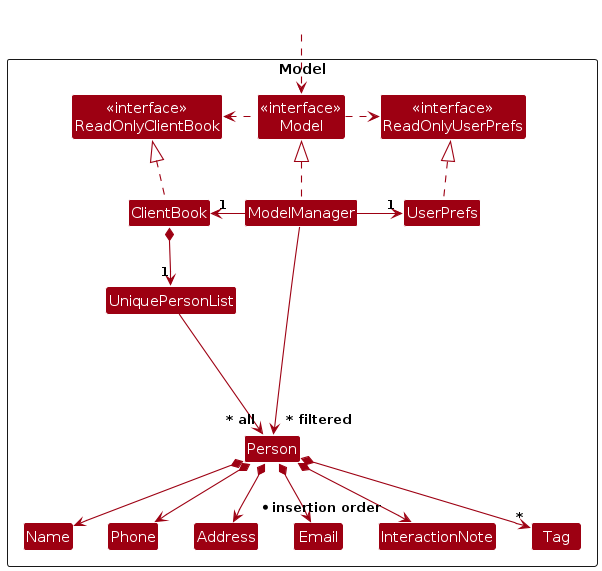
The PlantUML diagram diagrams/ModelClassDiagram.png in AY2627S1-CS2103T-F14a-4/tp, before a commit. Its source is kept beside it as diagrams/ModelClassDiagram.puml.
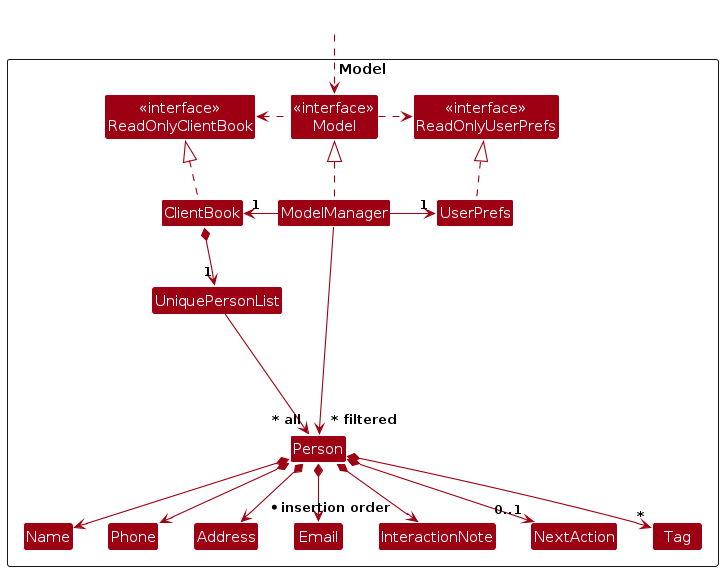
The same diagram one commit later.

What changed in the source:
```diff
@@ -15,6 +15,7 @@
 Class UniquePersonList
 Class Person
 Class InteractionNote
+Class NextAction
 Class Address
 Class Email
 Class Name
@@ -44,6 +45,7 @@
 Person *--> Address
 Person *--> "*" Tag
 Person *--> "* insertion order" InteractionNote
+Person *--> "0..1" NextAction
 
 Person -[hidden]up--> I
 UniquePersonList -[hidden]right-> I
```
